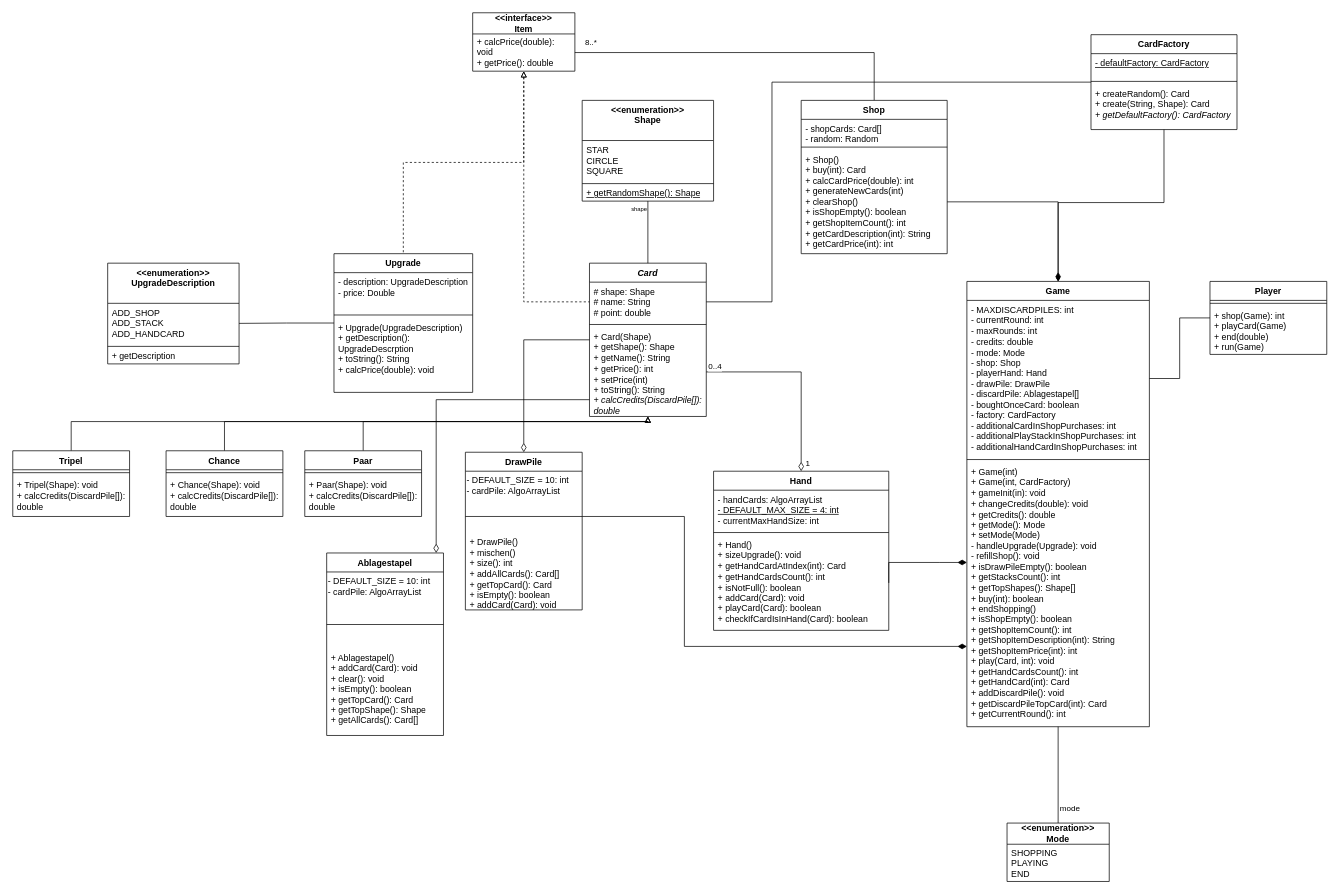
Earlier version of the draw.io diagram UML/KrassesProgrammierenProjekt.drawio (TrainFan1804/CardGame). Source tidied: cells renumbered, new cells numbered last; positions are measured from the earlier drawing's top-left corner, leaving out a move shared by most shapes. Both pictures are drawn from the tidied source at 73%, with x=0, y=0 at pixel (12, 12).
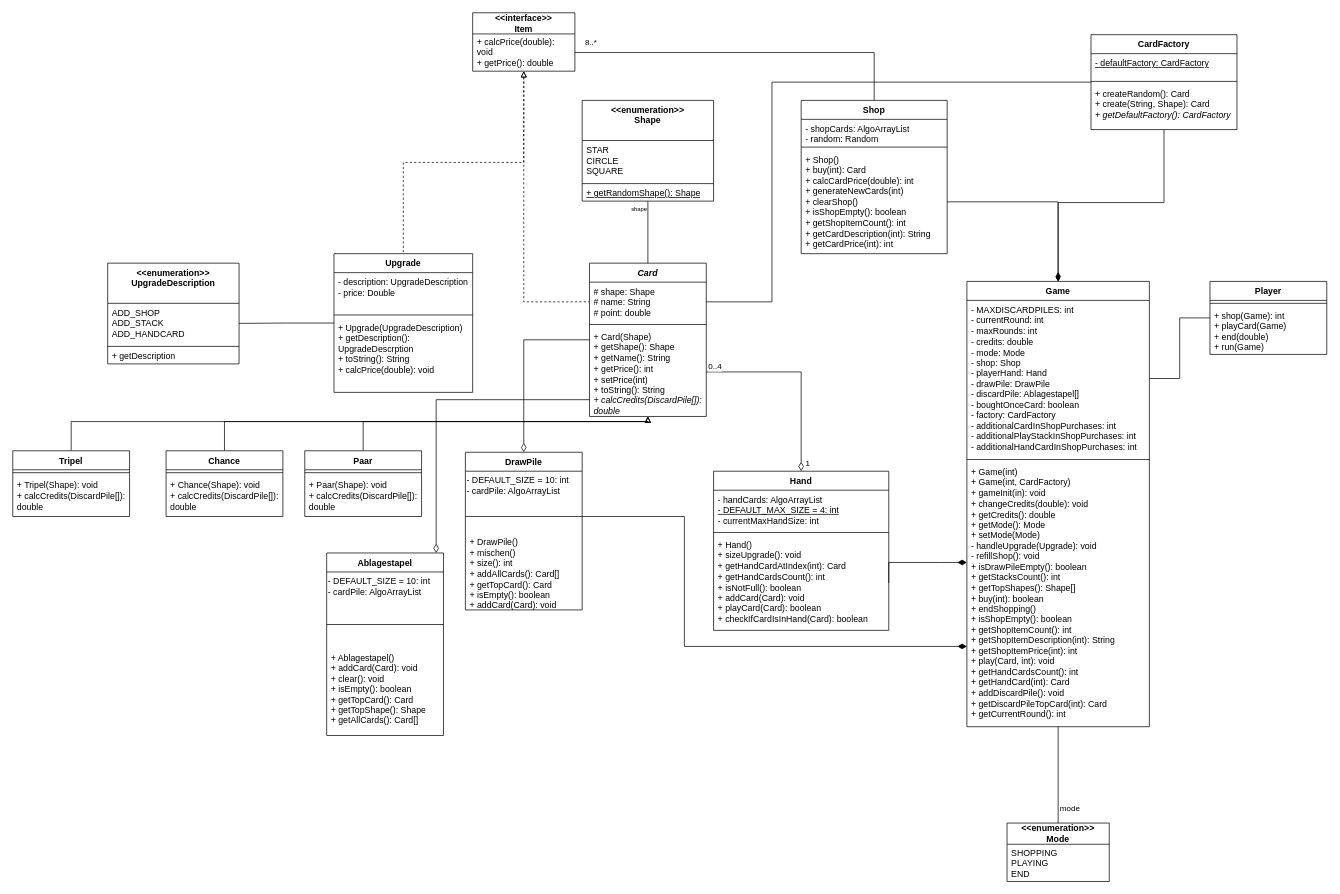
The same page after the edit.

The change refers to these unchanged cells:
```xml
<mxCell id="34" value="Shop&lt;div&gt;&lt;br&gt;&lt;/div&gt;" style="swimlane;fontStyle=1;align=center;verticalAlign=top;horizontal=1;startSize=26;whiteSpace=wrap;html=1;labelBackgroundColor=none;" parent="1" vertex="1">
  <mxGeometry x="1080" y="120" width="200" height="210" as="geometry" />
</mxCell>
```

What changed in the source:
```diff
@@
-    <mxCell id="35" value="- shopCards: Card[]&lt;div&gt;- random: Random&lt;/div&gt;" style="text;strokeColor=none;fillColor=none;align=left;verticalAlign=top;spacingLeft=4;spacingRight=4;overflow=hidden;whiteSpace=wrap;html=1;labelBackgroundColor=none;" parent="34" vertex="1">
+    <mxCell id="35" value="- shopCards: AlgoArrayList&lt;div&gt;- random: Random&lt;/div&gt;" style="text;strokeColor=none;fillColor=none;align=left;verticalAlign=top;spacingLeft=4;spacingRight=4;overflow=hidden;whiteSpace=wrap;html=1;labelBackgroundColor=none;" parent="34" vertex="1">
       <mxGeometry y="26" width="200" height="34" as="geometry" />
     </mxCell>
```
